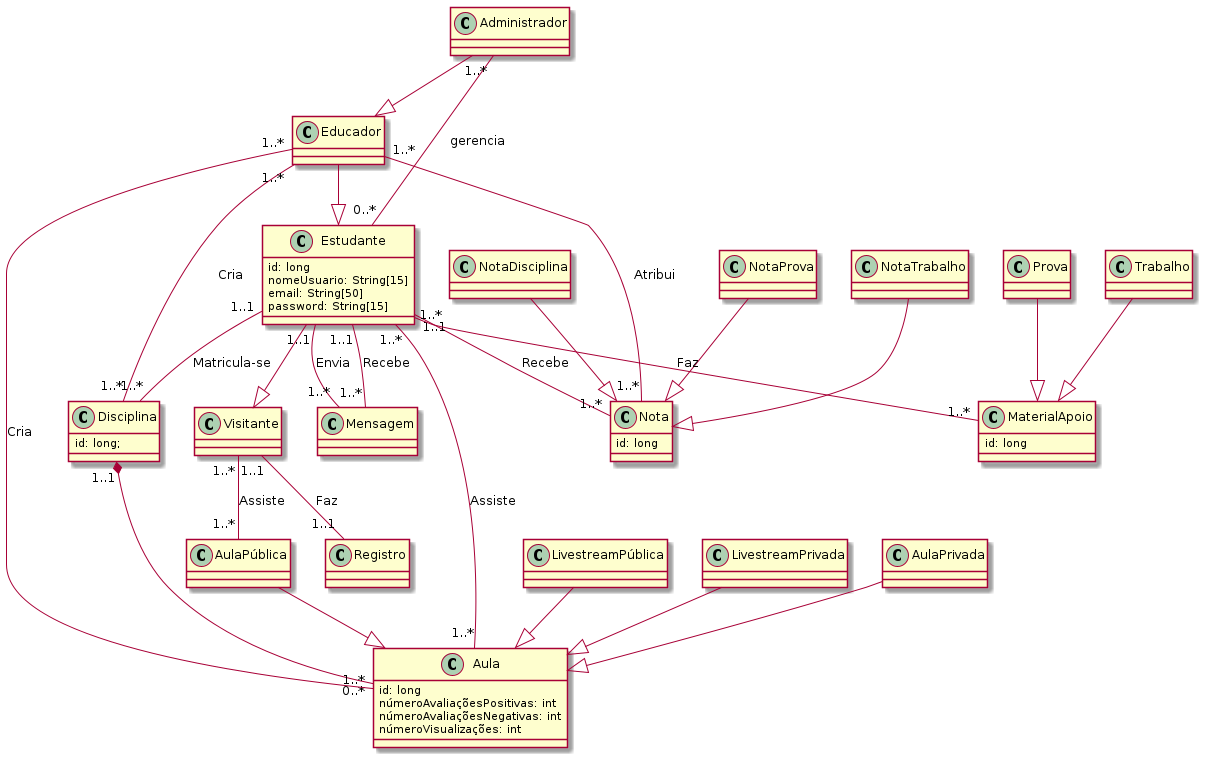
Before: modelo_conceitual/out/conceitual/modelo_conceitual.png, a diagram exported from PlantUML (lucasg-mm/ensinet).
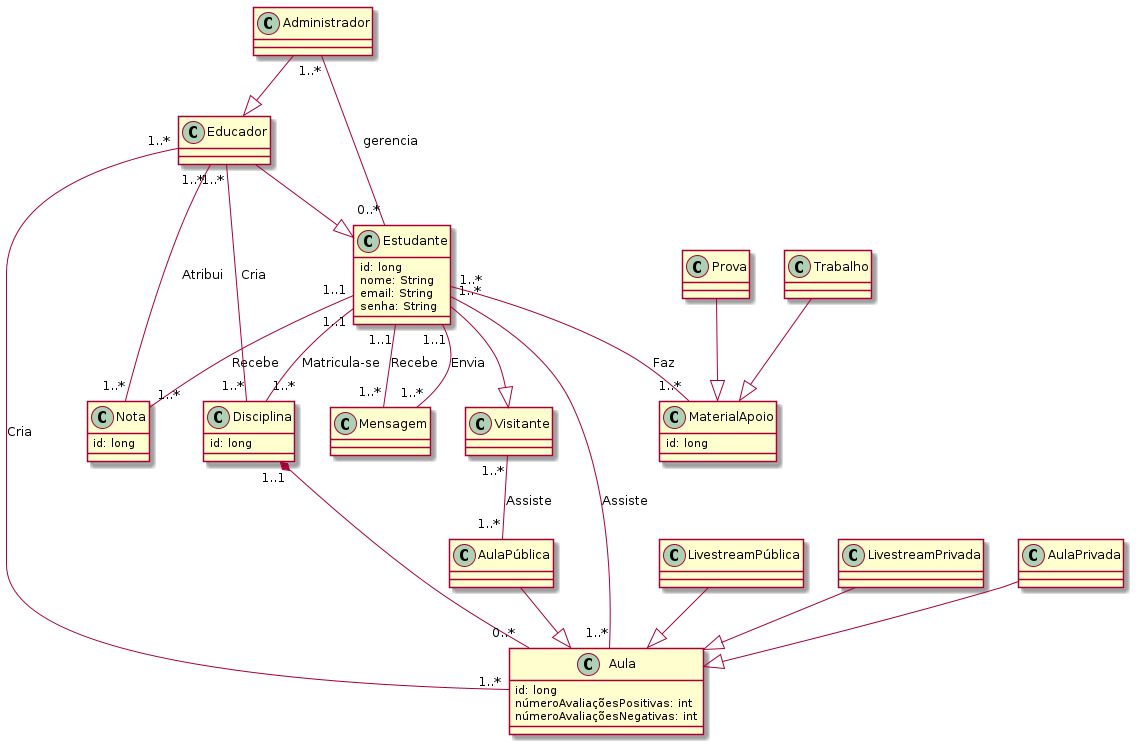
After the commit.

Commit message:
Adiciona imagem da nova versao do diagrama

Diff of the diagram source:
```diff
@@ -1,4 +1,4 @@
-@startuml modelo-conceitual
+@startuml modelo_conceitual
 class Administrador{
 
 }
@@ -7,14 +7,13 @@
     id: long
     númeroAvaliaçõesPositivas: int
     númeroAvaliaçõesNegativas: int
-    númeroVisualizações: int
 }
 
 class Estudante{
     id: long
-    nomeUsuario: String[15]
-    email: String[50]
-    password: String[15]
+    nome: String
+    email: String
+    senha: String
 }
 
 class Educador{
@@ -22,7 +21,7 @@
 }
 
 class Disciplina{
-    id: long;
+    id: long
 }
 
 class AulaPública{
@@ -51,22 +50,6 @@
 
 }
 
-class NotaProva{
-
-}
-
-class NotaTrabalho{
-
-}
-
-class NotaDisciplina{
-
-}
-
-class Registro{
-
-}
-
 class Mensagem{
 
 }
@@ -83,13 +66,9 @@
 AulaPública --|> Aula
 LivestreamPrivada --|> Aula
 LivestreamPública --|> Aula
-NotaDisciplina --|> Nota
-NotaProva --|> Nota
-NotaTrabalho --|> Nota
 Trabalho --|> MaterialApoio
 Prova --|> MaterialApoio
 Disciplina "1..1"*--"0..*" Aula
-Visitante "1..1"-- "1..1"Registro: Faz
 Estudante "1..*"--"1..*" Aula: Assiste
 Estudante "1..1"--"1..*" Nota: Recebe
 Estudante "1..*"--"1..*" MaterialApoio: Faz
```
